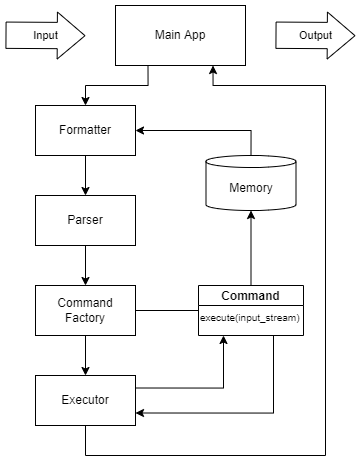
Earlier version of the draw.io export CLI/architecture.png (vsgol/hse-sd-3). Source tidied: cells renumbered, new cells last; positions are measured from the earlier drawing's top-left corner, leaving out a move shared by most shapes.
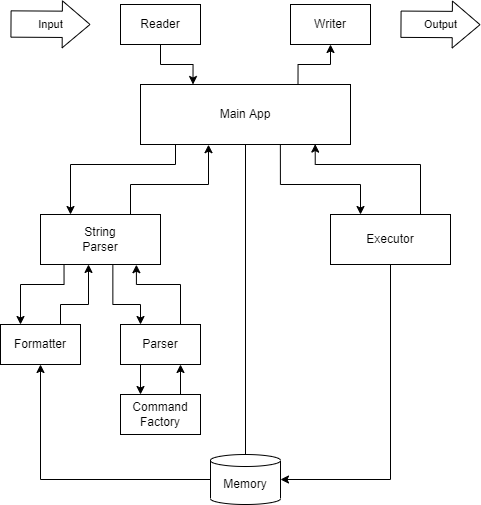
The same file after the commit.

Diff of the diagram source:
```diff
@@ -2,83 +2,131 @@
   <root>
     <mxCell id="0" />
     <mxCell id="1" parent="0" />
-    <mxCell id="2" style="edgeStyle=orthogonalEdgeStyle;rounded=0;jettySize=auto;html=1;exitX=0.25;exitY=1;exitDx=0;exitDy=0;entryX=0.5;entryY=0;entryDx=0;entryDy=0;fontSize=10;endArrow=classic;endFill=1;" parent="1" edge="1" source="3" target="7">
-      <mxGeometry relative="1" as="geometry" />
-    </mxCell>
+    <mxCell id="23" style="edgeStyle=orthogonalEdgeStyle;rounded=0;jettySize=auto;html=1;exitX=0.75;exitY=0;exitDx=0;exitDy=0;entryX=0.5;entryY=1;entryDx=0;entryDy=0;" parent="1" edge="1" source="3" target="33">
+      <mxGeometry relative="1" as="geometry" />
+    </mxCell>
     <mxCell id="3" value="Main App" style="rounded=0;whiteSpace=wrap;html=1;" parent="1" vertex="1">
-      <mxGeometry x="110" width="130" height="60" as="geometry" />
+      <mxGeometry x="70" y="90" width="210" height="60" as="geometry" />
     </mxCell>
     <mxCell id="4" value="Input" style="shape=flexArrow;endArrow=classic;html=1;rounded=0;width=26.315789473684212;endSize=8.905263157894739;endWidth=19.66759002770083;" parent="1" edge="1">
       <mxGeometry relative="1" as="geometry">
-        <mxPoint y="29.7" as="sourcePoint" />
-        <mxPoint x="80" y="30.2" as="targetPoint" />
+        <mxPoint x="-60" y="29.5" as="sourcePoint" />
+        <mxPoint x="20" y="30" as="targetPoint" />
       </mxGeometry>
     </mxCell>
     <mxCell id="5" value="Output" style="shape=flexArrow;endArrow=classic;html=1;rounded=0;width=26.315789473684212;endSize=8.905263157894739;endWidth=19.66759002770083;" parent="1" edge="1">
       <mxGeometry relative="1" as="geometry">
-        <mxPoint x="270" y="29.7" as="sourcePoint" />
-        <mxPoint x="350" y="30.2" as="targetPoint" />
+        <mxPoint x="330" y="29.7" as="sourcePoint" />
+        <mxPoint x="410" y="30.2" as="targetPoint" />
       </mxGeometry>
     </mxCell>
+    <mxCell id="24" style="edgeStyle=orthogonalEdgeStyle;rounded=0;jettySize=auto;html=1;exitX=0.75;exitY=0;exitDx=0;exitDy=0;entryX=0.326;entryY=1.003;entryDx=0;entryDy=0;entryPerimeter=0;startArrow=none;startFill=0;endArrow=classic;endFill=1;" parent="1" edge="1" source="9" target="3">
+      <mxGeometry relative="1" as="geometry">
+        <Array as="points">
+          <mxPoint x="60" y="190" />
+          <mxPoint x="138" y="190" />
+          <mxPoint x="138" y="150" />
+        </Array>
+      </mxGeometry>
+    </mxCell>
+    <mxCell id="25" style="edgeStyle=orthogonalEdgeStyle;rounded=0;jettySize=auto;html=1;exitX=0.25;exitY=0;exitDx=0;exitDy=0;startArrow=classic;startFill=1;endArrow=none;endFill=0;entryX=0.169;entryY=1;entryDx=0;entryDy=0;entryPerimeter=0;" parent="1" edge="1" source="9" target="3">
+      <mxGeometry relative="1" as="geometry">
+        <Array as="points">
+          <mxPoint y="170" />
+          <mxPoint x="105" y="170" />
+          <mxPoint x="105" y="150" />
+        </Array>
+      </mxGeometry>
+    </mxCell>
+    <mxCell id="26" style="edgeStyle=orthogonalEdgeStyle;rounded=0;jettySize=auto;html=1;exitX=0.196;exitY=1.004;exitDx=0;exitDy=0;entryX=0.25;entryY=0;entryDx=0;entryDy=0;startArrow=none;startFill=0;endArrow=classic;endFill=1;exitPerimeter=0;" parent="1" edge="1" source="9" target="7">
+      <mxGeometry relative="1" as="geometry">
+        <Array as="points">
+          <mxPoint x="-6" y="290" />
+          <mxPoint x="-50" y="290" />
+        </Array>
+      </mxGeometry>
+    </mxCell>
+    <mxCell id="9" value="String&lt;br&gt;Parser" style="rounded=0;whiteSpace=wrap;html=1;" parent="1" vertex="1">
+      <mxGeometry x="-30" y="220" width="120" height="50" as="geometry" />
+    </mxCell>
+    <mxCell id="27" style="edgeStyle=orthogonalEdgeStyle;rounded=0;jettySize=auto;html=1;exitX=0.5;exitY=0;exitDx=0;exitDy=0;exitPerimeter=0;entryX=0.5;entryY=1;entryDx=0;entryDy=0;endArrow=none;endFill=0;" parent="1" edge="1" source="11" target="3">
+      <mxGeometry relative="1" as="geometry" />
+    </mxCell>
+    <mxCell id="10" style="edgeStyle=orthogonalEdgeStyle;rounded=0;jettySize=auto;html=1;exitX=0;exitY=0.5;exitDx=0;exitDy=0;exitPerimeter=0;entryX=0.5;entryY=1;entryDx=0;entryDy=0;startArrow=none;startFill=0;endArrow=classic;endFill=1;" parent="1" edge="1" source="11" target="7">
+      <mxGeometry relative="1" as="geometry" />
+    </mxCell>
+    <mxCell id="11" value="Memory" style="shape=cylinder3;whiteSpace=wrap;html=1;boundedLbl=1;backgroundOutline=1;size=6.000015258789091;" parent="1" vertex="1">
+      <mxGeometry x="140" y="460" width="70" height="50" as="geometry" />
+    </mxCell>
+    <mxCell id="28" style="edgeStyle=orthogonalEdgeStyle;rounded=0;jettySize=auto;html=1;exitX=0.75;exitY=0;exitDx=0;exitDy=0;entryX=0.75;entryY=1;entryDx=0;entryDy=0;startArrow=none;startFill=0;endArrow=classic;endFill=1;" parent="1" edge="1" source="14" target="37">
+      <mxGeometry relative="1" as="geometry" />
+    </mxCell>
+    <mxCell id="14" value="Command Factory" style="rounded=0;whiteSpace=wrap;html=1;" parent="1" vertex="1">
+      <mxGeometry x="50" y="400" width="80" height="40" as="geometry" />
+    </mxCell>
+    <mxCell id="15" style="edgeStyle=orthogonalEdgeStyle;rounded=0;jettySize=auto;html=1;exitX=0.25;exitY=0;exitDx=0;exitDy=0;entryX=0.666;entryY=1.007;entryDx=0;entryDy=0;entryPerimeter=0;startArrow=classic;startFill=1;endArrow=none;endFill=0;" parent="1" edge="1" source="18" target="3">
+      <mxGeometry relative="1" as="geometry">
+        <Array as="points">
+          <mxPoint x="290" y="190" />
+          <mxPoint x="210" y="190" />
+        </Array>
+      </mxGeometry>
+    </mxCell>
+    <mxCell id="29" style="edgeStyle=orthogonalEdgeStyle;rounded=0;jettySize=auto;html=1;exitX=0.832;exitY=0.993;exitDx=0;exitDy=0;entryX=0.75;entryY=0;entryDx=0;entryDy=0;startArrow=classic;startFill=1;endArrow=none;endFill=0;exitPerimeter=0;" parent="1" edge="1" source="3" target="18">
+      <mxGeometry relative="1" as="geometry">
+        <Array as="points">
+          <mxPoint x="245" y="170" />
+          <mxPoint x="350" y="170" />
+        </Array>
+      </mxGeometry>
+    </mxCell>
+    <mxCell id="30" style="edgeStyle=orthogonalEdgeStyle;rounded=0;jettySize=auto;html=1;exitX=0.5;exitY=1;exitDx=0;exitDy=0;entryX=1;entryY=0.5;entryDx=0;entryDy=0;entryPerimeter=0;startArrow=none;startFill=0;endArrow=classic;endFill=1;" parent="1" edge="1" source="18" target="11">
+      <mxGeometry relative="1" as="geometry" />
+    </mxCell>
+    <mxCell id="18" value="Executor" style="rounded=0;whiteSpace=wrap;html=1;" parent="1" vertex="1">
+      <mxGeometry x="260" y="220" width="120" height="50" as="geometry" />
+    </mxCell>
+    <mxCell id="31" style="edgeStyle=orthogonalEdgeStyle;rounded=0;jettySize=auto;html=1;exitX=0.5;exitY=1;exitDx=0;exitDy=0;entryX=0.25;entryY=0;entryDx=0;entryDy=0;" parent="1" edge="1" source="32" target="3">
+      <mxGeometry relative="1" as="geometry" />
+    </mxCell>
+    <mxCell id="32" value="Reader" style="rounded=0;whiteSpace=wrap;html=1;" parent="1" vertex="1">
+      <mxGeometry x="50" y="10" width="80" height="40" as="geometry" />
+    </mxCell>
+    <mxCell id="33" value="Writer" style="rounded=0;whiteSpace=wrap;html=1;" parent="1" vertex="1">
+      <mxGeometry x="220" y="10" width="80" height="40" as="geometry" />
+    </mxCell>
-    <mxCell id="6" style="edgeStyle=orthogonalEdgeStyle;rounded=0;jettySize=auto;html=1;exitX=0.5;exitY=1;exitDx=0;exitDy=0;entryX=0.5;entryY=0;entryDx=0;entryDy=0;" parent="1" edge="1" source="7" target="9">
-      <mxGeometry relative="1" as="geometry" />
+    <mxCell id="6" style="edgeStyle=orthogonalEdgeStyle;rounded=0;jettySize=auto;html=1;exitX=0.75;exitY=0;exitDx=0;exitDy=0;entryX=0.4;entryY=0.999;entryDx=0;entryDy=0;entryPerimeter=0;startArrow=none;startFill=0;endArrow=classic;endFill=1;" parent="1" edge="1" source="7" target="9">
+      <mxGeometry relative="1" as="geometry">
+        <Array as="points">
+          <mxPoint x="-10" y="310" />
+          <mxPoint x="18" y="310" />
+        </Array>
+      </mxGeometry>
     </mxCell>
     <mxCell id="7" value="Formatter" style="rounded=0;whiteSpace=wrap;html=1;" parent="1" vertex="1">
-      <mxGeometry x="30" y="100" width="100" height="50" as="geometry" />
+      <mxGeometry x="-70" y="330" width="80" height="40" as="geometry" />
     </mxCell>
-    <mxCell id="8" style="edgeStyle=orthogonalEdgeStyle;rounded=0;jettySize=auto;html=1;exitX=0.5;exitY=1;exitDx=0;exitDy=0;entryX=0.5;entryY=0;entryDx=0;entryDy=0;" parent="1" edge="1" source="9" target="14">
-      <mxGeometry relative="1" as="geometry" />
-    </mxCell>
-    <mxCell id="9" value="Parser" style="rounded=0;whiteSpace=wrap;html=1;" parent="1" vertex="1">
-      <mxGeometry x="30" y="190" width="100" height="50" as="geometry" />
-    </mxCell>
-    <mxCell id="10" style="edgeStyle=orthogonalEdgeStyle;rounded=0;jettySize=auto;html=1;exitX=0.5;exitY=0;exitDx=0;exitDy=0;exitPerimeter=0;entryX=1;entryY=0.5;entryDx=0;entryDy=0;" parent="1" edge="1" source="11" target="7">
-      <mxGeometry relative="1" as="geometry" />
-    </mxCell>
-    <mxCell id="11" value="Memory" style="shape=cylinder3;whiteSpace=wrap;html=1;boundedLbl=1;backgroundOutline=1;size=6.000015258789091;" parent="1" vertex="1">
-      <mxGeometry x="200.5" y="150" width="90" height="55" as="geometry" />
-    </mxCell>
-    <mxCell id="12" style="edgeStyle=orthogonalEdgeStyle;rounded=0;jettySize=auto;html=1;exitX=0.5;exitY=1;exitDx=0;exitDy=0;entryX=0.5;entryY=0;entryDx=0;entryDy=0;endArrow=classic;endFill=1;" parent="1" edge="1" source="14" target="18">
-      <mxGeometry relative="1" as="geometry" />
-    </mxCell>
-    <mxCell id="13" style="edgeStyle=orthogonalEdgeStyle;rounded=0;jettySize=auto;html=1;exitX=1;exitY=0.5;exitDx=0;exitDy=0;entryX=0;entryY=0.5;entryDx=0;entryDy=0;fontSize=10;endArrow=none;endFill=0;" parent="1" edge="1" source="14" target="20">
-      <mxGeometry relative="1" as="geometry" />
-    </mxCell>
-    <mxCell id="14" value="Command Factory" style="rounded=0;whiteSpace=wrap;html=1;" parent="1" vertex="1">
-      <mxGeometry x="30" y="280" width="100" height="50" as="geometry" />
-    </mxCell>
-    <mxCell id="15" style="edgeStyle=orthogonalEdgeStyle;rounded=0;jettySize=auto;html=1;exitX=0.5;exitY=1;exitDx=0;exitDy=0;entryX=0.75;entryY=1;entryDx=0;entryDy=0;endArrow=classic;endFill=1;" parent="1" edge="1" source="18" target="3">
-      <mxGeometry relative="1" as="geometry">
-        <Array as="points">
-          <mxPoint x="80" y="450" />
-          <mxPoint x="320" y="450" />
-          <mxPoint x="320" y="80" />
-          <mxPoint x="208" y="80" />
-        </Array>
-      </mxGeometry>
-    </mxCell>
-    <mxCell id="16" style="edgeStyle=orthogonalEdgeStyle;rounded=0;jettySize=auto;html=1;exitX=1;exitY=0.5;exitDx=0;exitDy=0;fontSize=10;endArrow=none;endFill=0;" parent="1" edge="1" source="18">
-      <mxGeometry relative="1" as="geometry">
-        <mxPoint x="130.3" y="394.8" as="targetPoint" />
-      </mxGeometry>
-    </mxCell>
-    <mxCell id="17" style="edgeStyle=orthogonalEdgeStyle;rounded=0;jettySize=auto;html=1;exitX=1;exitY=0.25;exitDx=0;exitDy=0;entryX=0.25;entryY=1;entryDx=0;entryDy=0;fontSize=10;endArrow=classic;endFill=1;" parent="1" edge="1" source="18" target="21">
-      <mxGeometry relative="1" as="geometry" />
-    </mxCell>
-    <mxCell id="18" value="Executor" style="rounded=0;whiteSpace=wrap;html=1;" parent="1" vertex="1">
-      <mxGeometry x="30" y="370" width="100" height="50" as="geometry" />
-    </mxCell>
-    <mxCell id="19" style="edgeStyle=orthogonalEdgeStyle;rounded=0;jettySize=auto;html=1;exitX=0.5;exitY=0;exitDx=0;exitDy=0;entryX=0.5;entryY=1;entryDx=0;entryDy=0;entryPerimeter=0;endArrow=classic;endFill=1;" parent="1" edge="1" source="20" target="11">
-      <mxGeometry relative="1" as="geometry" />
-    </mxCell>
-    <mxCell id="20" value="Command" style="swimlane;startSize=20;" parent="1" vertex="1">
-      <mxGeometry x="193" y="280" width="105" height="50" as="geometry" />
-    </mxCell>
-    <mxCell id="21" value="&lt;font style=&quot;font-size: 10px&quot;&gt;execute(input_stream)&lt;/font&gt;" style="text;html=1;strokeColor=none;fillColor=none;align=left;verticalAlign=top;whiteSpace=wrap;rounded=0;horizontal=1;fontSize=10;" parent="20" vertex="1">
-      <mxGeometry y="20" width="100" height="30" as="geometry" />
-    </mxCell>
-    <mxCell id="22" style="edgeStyle=orthogonalEdgeStyle;rounded=0;jettySize=auto;html=1;exitX=0.75;exitY=1;exitDx=0;exitDy=0;entryX=1;entryY=0.75;entryDx=0;entryDy=0;fontSize=10;endArrow=classic;endFill=1;" parent="1" edge="1" source="21" target="18">
-      <mxGeometry relative="1" as="geometry" />
-    </mxCell>
+    <mxCell id="34" style="edgeStyle=orthogonalEdgeStyle;rounded=0;jettySize=auto;html=1;exitX=0.25;exitY=0;exitDx=0;exitDy=0;entryX=0.603;entryY=1.004;entryDx=0;entryDy=0;entryPerimeter=0;startArrow=classic;startFill=1;endArrow=none;endFill=0;" parent="1" edge="1" source="37" target="9">
+      <mxGeometry relative="1" as="geometry">
+        <Array as="points">
+          <mxPoint x="70" y="310" />
+          <mxPoint x="42" y="310" />
+        </Array>
+      </mxGeometry>
+    </mxCell>
+    <mxCell id="35" style="edgeStyle=orthogonalEdgeStyle;rounded=0;jettySize=auto;html=1;exitX=0.75;exitY=0;exitDx=0;exitDy=0;entryX=0.799;entryY=1.004;entryDx=0;entryDy=0;entryPerimeter=0;startArrow=none;startFill=0;endArrow=classic;endFill=1;" parent="1" edge="1" source="37" target="9">
+      <mxGeometry relative="1" as="geometry">
+        <Array as="points">
+          <mxPoint x="110" y="290" />
+          <mxPoint x="66" y="290" />
+        </Array>
+      </mxGeometry>
+    </mxCell>
+    <mxCell id="36" style="edgeStyle=orthogonalEdgeStyle;rounded=0;jettySize=auto;html=1;exitX=0.25;exitY=1;exitDx=0;exitDy=0;entryX=0.25;entryY=0;entryDx=0;entryDy=0;startArrow=none;startFill=0;endArrow=classic;endFill=1;" parent="1" edge="1" source="37" target="14">
+      <mxGeometry relative="1" as="geometry" />
+    </mxCell>
+    <mxCell id="37" value="Parser" style="rounded=0;whiteSpace=wrap;html=1;" parent="1" vertex="1">
+      <mxGeometry x="50" y="330" width="80" height="40" as="geometry" />
+    </mxCell>
   </root>
 </mxGraphModel>
```
